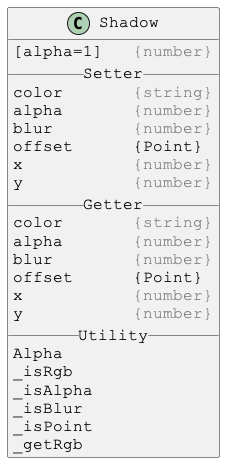
This is docs/PlantUml/images/Shadow.png from Justin-Byrne/canvasLab, a PlantUML export, as it was before one commit. The source it was exported from:
```plantuml
@startuml

skinparam DefaultFontSize 16
skinparam DefaultFontName Courier New

class Shadow {
[alpha=1]   <color:gray>{number}</color>
__ Setter __
color       <color:gray>{string}</color>
alpha       <color:gray>{number}</color>
blur        <color:gray>{number}</color>
offset      {Point}
x           <color:gray>{number}</color>
y           <color:gray>{number}</color>
__ Getter __
color       <color:gray>{string}</color>
alpha       <color:gray>{number}</color>
blur        <color:gray>{number}</color>
offset      {Point}
x           <color:gray>{number}</color>
y           <color:gray>{number}</color>
__ Utility __
Alpha
_isRgb
_isAlpha
_isBlur
_isPoint
_getRgb
}

@enduml
```
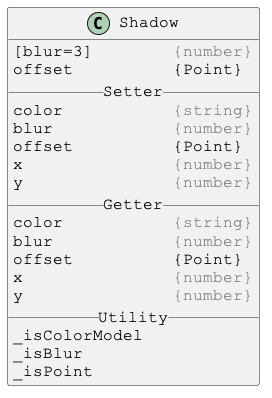
After the change.

What changed in the source:
```diff
@@ -4,28 +4,24 @@
 skinparam DefaultFontName Courier New
 
 class Shadow {
-[alpha=1]   <color:gray>{number}</color>
+[blur=3]        <color:gray>{number}</color>
+offset          {Point}
 __ Setter __
-color       <color:gray>{string}</color>
-alpha       <color:gray>{number}</color>
-blur        <color:gray>{number}</color>
-offset      {Point}
-x           <color:gray>{number}</color>
-y           <color:gray>{number}</color>
+color           <color:gray>{string}</color>
+blur            <color:gray>{number}</color>
+offset          {Point}
+x               <color:gray>{number}</color>
+y               <color:gray>{number}</color>
 __ Getter __
-color       <color:gray>{string}</color>
-alpha       <color:gray>{number}</color>
-blur        <color:gray>{number}</color>
-offset      {Point}
-x           <color:gray>{number}</color>
-y           <color:gray>{number}</color>
+color           <color:gray>{string}</color>
+blur            <color:gray>{number}</color>
+offset          {Point}
+x               <color:gray>{number}</color>
+y               <color:gray>{number}</color>
 __ Utility __
-Alpha
-_isRgb
-_isAlpha
+_isColorModel
 _isBlur
 _isPoint
-_getRgb
 }
 
 @enduml
```
